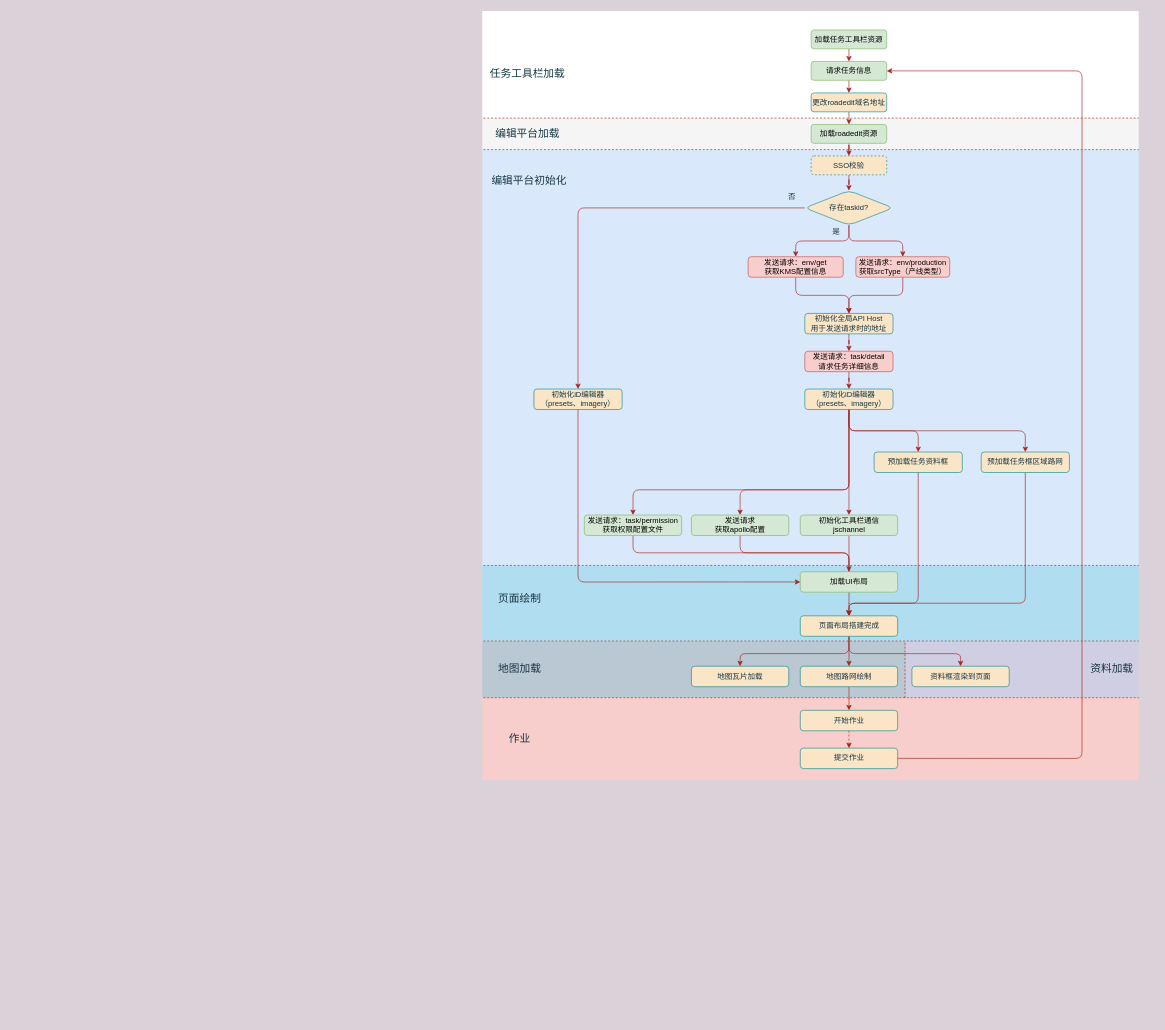
This is Untitled Diagram.drawio from lemoncolaz/snake, a draw.io file, before an edit. Source tidied: cells renumbered, new cells numbered last; positions are measured from the earlier drawing's top-left corner, leaving out a move shared by most shapes. Both pictures are drawn from the tidied source at 63%, with x=0, y=0 at pixel (477, 11).
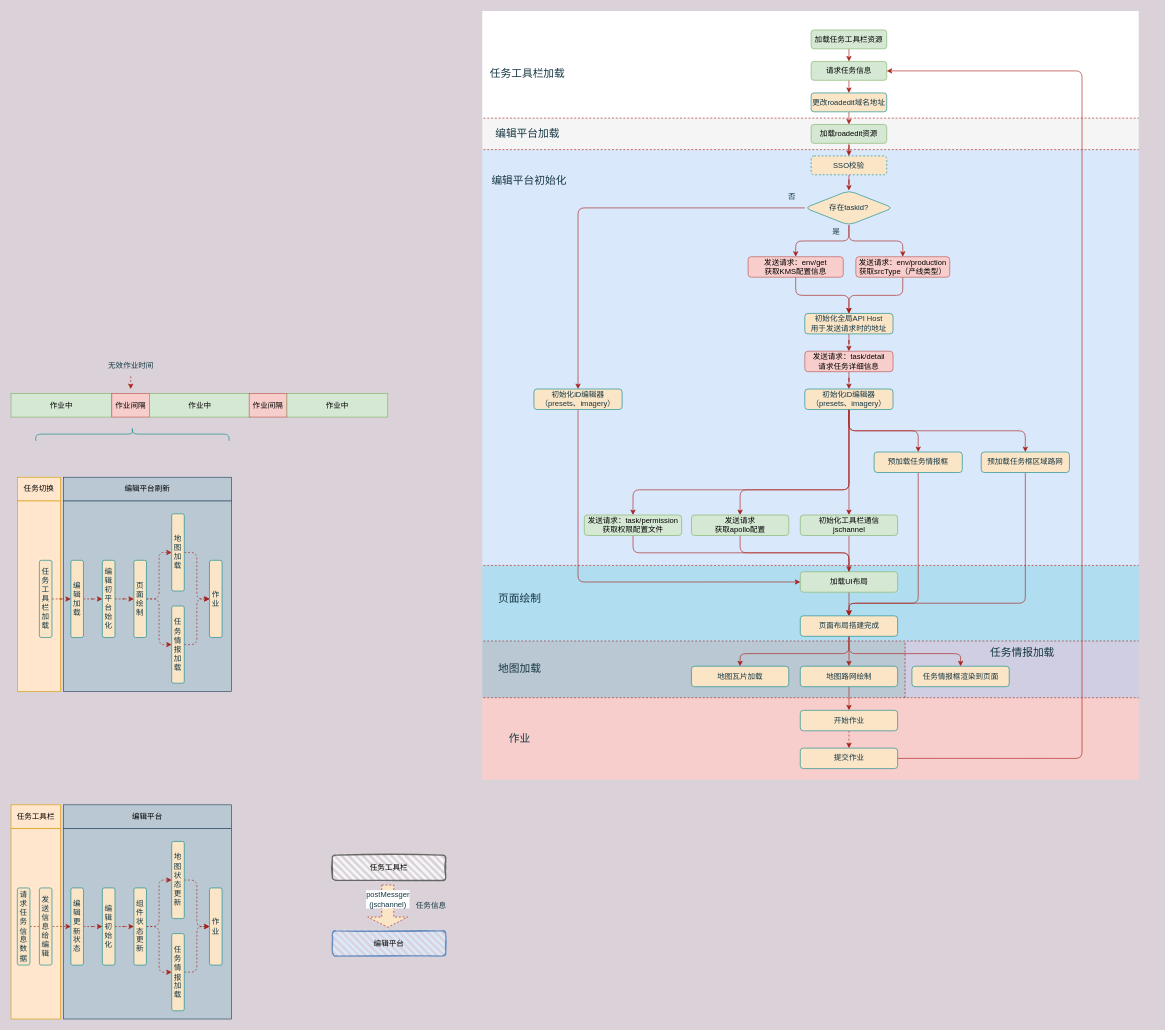
The same page after the edit.

Diff of the diagram source:
```diff
@@
+    <mxCell id="78" style="rounded=0;whiteSpace=wrap;html=1;shadow=0;glass=0;sketch=0;fontSize=12;strokeColor=#23445d;fillColor=#bac8d3;align=center;" parent="1" vertex="1">
+      <mxGeometry x="-657" y="777.5" width="267" height="302.5" as="geometry" />
+    </mxCell>
+    <mxCell id="79" style="rounded=0;whiteSpace=wrap;html=1;shadow=0;glass=0;sketch=0;fontSize=12;strokeColor=#d79b00;fillColor=#ffe6cc;align=center;" parent="1" vertex="1">
+      <mxGeometry x="-730" y="777.5" width="68.6" height="302.5" as="geometry" />
+    </mxCell>
@@
-    <mxCell id="32" value="预加载任务资料框" style="whiteSpace=wrap;html=1;rounded=1;shadow=0;fontColor=#143642;strokeColor=#0F8B8D;strokeWidth=1;fillColor=#FAE5C7;glass=0;" parent="1" vertex="1">
+    <mxCell id="32" value="预加载任务情报框" style="whiteSpace=wrap;html=1;rounded=1;shadow=0;fontColor=#143642;strokeColor=#0F8B8D;strokeWidth=1;fillColor=#FAE5C7;glass=0;" parent="1" vertex="1">
       <mxGeometry x="630" y="700" width="140" height="32.5" as="geometry" />
     </mxCell>
@@
-    <mxCell id="69" value="资料框渲染到页面" style="whiteSpace=wrap;html=1;rounded=1;shadow=0;fontColor=#143642;strokeColor=#0F8B8D;strokeWidth=1;fillColor=#FAE5C7;glass=0;" parent="1" vertex="1">
+    <mxCell id="69" value="任务情报框渲染到页面" style="whiteSpace=wrap;html=1;rounded=1;shadow=0;fontColor=#143642;strokeColor=#0F8B8D;strokeWidth=1;fillColor=#FAE5C7;glass=0;" parent="1" vertex="1">
       <mxGeometry x="690" y="1040" width="154.5" height="32.5" as="geometry" />
     </mxCell>
@@
-    <mxCell id="76" value="资料加载" style="text;html=1;strokeColor=none;fillColor=none;align=center;verticalAlign=middle;whiteSpace=wrap;rounded=0;sketch=0;fontColor=#143642;fontSize=17;" parent="1" vertex="1">
-      <mxGeometry x="940" y="1035" width="135" height="20" as="geometry" />
+    <mxCell id="76" value="任务情报加载" style="text;html=1;strokeColor=none;fillColor=none;align=center;verticalAlign=middle;whiteSpace=wrap;rounded=0;sketch=0;fontColor=#143642;fontSize=17;" parent="1" vertex="1">
+      <mxGeometry x="797.5" y="1010" width="135" height="20" as="geometry" />
     </mxCell>
@@
+    <mxCell id="80" style="edgeStyle=orthogonalEdgeStyle;curved=0;rounded=1;sketch=0;jettySize=auto;html=1;dashed=1;fontSize=12;fontColor=#143642;strokeColor=#A8201A;fillColor=#FAE5C7;" parent="1" edge="1" source="81" target="83">
+      <mxGeometry relative="1" as="geometry" />
+    </mxCell>
+    <mxCell id="81" value="任务工具栏加载" style="rounded=1;shadow=0;fontColor=#143642;strokeColor=#0F8B8D;strokeWidth=1;fillColor=#FAE5C7;glass=0;verticalAlign=middle;horizontal=1;align=center;sketch=0;textDirection=rtl;labelPosition=center;verticalLabelPosition=middle;html=1;whiteSpace=wrap;fontSize=12;" parent="1" vertex="1">
+      <mxGeometry x="-695" y="871.9" width="20" height="122.5" as="geometry" />
+    </mxCell>
+    <mxCell id="82" style="edgeStyle=orthogonalEdgeStyle;curved=0;rounded=1;sketch=0;jettySize=auto;html=1;dashed=1;fontSize=12;fontColor=#143642;strokeColor=#A8201A;fillColor=#FAE5C7;" parent="1" edge="1" source="83" target="85">
+      <mxGeometry relative="1" as="geometry" />
+    </mxCell>
+    <mxCell id="83" value="编辑加载" style="rounded=1;shadow=0;fontColor=#143642;strokeColor=#0F8B8D;strokeWidth=1;fillColor=#FAE5C7;glass=0;verticalAlign=middle;horizontal=1;align=center;sketch=0;textDirection=rtl;labelPosition=center;verticalLabelPosition=middle;html=1;whiteSpace=wrap;fontSize=12;" parent="1" vertex="1">
+      <mxGeometry x="-645" y="871.9" width="20" height="122.5" as="geometry" />
+    </mxCell>
+    <mxCell id="84" style="edgeStyle=orthogonalEdgeStyle;curved=0;rounded=1;sketch=0;jettySize=auto;html=1;dashed=1;fontSize=12;fontColor=#143642;strokeColor=#A8201A;fillColor=#FAE5C7;" parent="1" edge="1" source="85" target="88">
+      <mxGeometry relative="1" as="geometry" />
+    </mxCell>
+    <mxCell id="85" value="编辑初平台始化" style="rounded=1;shadow=0;fontColor=#143642;strokeColor=#0F8B8D;strokeWidth=1;fillColor=#FAE5C7;glass=0;verticalAlign=middle;horizontal=1;align=center;sketch=0;textDirection=rtl;labelPosition=center;verticalLabelPosition=middle;html=1;whiteSpace=wrap;fontSize=12;" parent="1" vertex="1">
+      <mxGeometry x="-595" y="871.9" width="20" height="122.5" as="geometry" />
+    </mxCell>
+    <mxCell id="86" style="edgeStyle=orthogonalEdgeStyle;curved=0;rounded=1;sketch=0;jettySize=auto;html=1;dashed=1;fontSize=12;fontColor=#143642;strokeColor=#A8201A;fillColor=#FAE5C7;" parent="1" edge="1" source="88" target="90">
+      <mxGeometry relative="1" as="geometry" />
+    </mxCell>
+    <mxCell id="87" style="edgeStyle=orthogonalEdgeStyle;curved=0;rounded=1;sketch=0;jettySize=auto;html=1;exitX=1;exitY=0.5;exitDx=0;exitDy=0;dashed=1;fontSize=12;fontColor=#143642;strokeColor=#A8201A;fillColor=#FAE5C7;entryX=0;entryY=0.5;entryDx=0;entryDy=0;" parent="1" edge="1" source="88" target="92">
+      <mxGeometry relative="1" as="geometry" />
+    </mxCell>
+    <mxCell id="88" value="页面绘制" style="rounded=1;shadow=0;fontColor=#143642;strokeColor=#0F8B8D;strokeWidth=1;fillColor=#FAE5C7;glass=0;verticalAlign=middle;horizontal=1;align=center;sketch=0;textDirection=rtl;labelPosition=center;verticalLabelPosition=middle;html=1;whiteSpace=wrap;fontSize=12;" parent="1" vertex="1">
+      <mxGeometry x="-545" y="871.9" width="20" height="122.5" as="geometry" />
+    </mxCell>
+    <mxCell id="89" style="edgeStyle=orthogonalEdgeStyle;curved=0;rounded=1;sketch=0;jettySize=auto;html=1;dashed=1;fontSize=12;fontColor=#143642;strokeColor=#A8201A;fillColor=#FAE5C7;" parent="1" edge="1" source="90" target="93">
+      <mxGeometry relative="1" as="geometry" />
+    </mxCell>
+    <mxCell id="90" value="地图加载" style="rounded=1;shadow=0;fontColor=#143642;strokeColor=#0F8B8D;strokeWidth=1;fillColor=#FAE5C7;glass=0;verticalAlign=middle;horizontal=1;align=center;sketch=0;textDirection=rtl;labelPosition=center;verticalLabelPosition=middle;html=1;whiteSpace=wrap;fontSize=12;" parent="1" vertex="1">
+      <mxGeometry x="-485" y="798.1" width="20" height="122.5" as="geometry" />
+    </mxCell>
+    <mxCell id="91" style="edgeStyle=orthogonalEdgeStyle;curved=0;rounded=1;sketch=0;jettySize=auto;html=1;exitX=1;exitY=0.5;exitDx=0;exitDy=0;entryX=0;entryY=0.5;entryDx=0;entryDy=0;dashed=1;fontSize=12;fontColor=#143642;strokeColor=#A8201A;fillColor=#FAE5C7;" parent="1" edge="1" source="92" target="93">
+      <mxGeometry relative="1" as="geometry" />
+    </mxCell>
+    <mxCell id="92" value="任务情报加载" style="rounded=1;shadow=0;fontColor=#143642;strokeColor=#0F8B8D;strokeWidth=1;fillColor=#FAE5C7;glass=0;verticalAlign=middle;horizontal=1;align=center;sketch=0;textDirection=rtl;labelPosition=center;verticalLabelPosition=middle;html=1;whiteSpace=wrap;fontSize=12;" parent="1" vertex="1">
+      <mxGeometry x="-485" y="944.4" width="20" height="122.5" as="geometry" />
+    </mxCell>
+    <mxCell id="93" value="作业" style="rounded=1;shadow=0;fontColor=#143642;strokeColor=#0F8B8D;strokeWidth=1;fillColor=#FAE5C7;glass=0;verticalAlign=middle;horizontal=1;align=center;sketch=0;textDirection=rtl;labelPosition=center;verticalLabelPosition=middle;html=1;whiteSpace=wrap;fontSize=12;" parent="1" vertex="1">
+      <mxGeometry x="-425" y="871.9" width="20" height="122.5" as="geometry" />
+    </mxCell>
+    <mxCell id="94" value="作业中" style="rounded=0;whiteSpace=wrap;html=1;shadow=0;glass=0;sketch=0;fontSize=12;strokeColor=#82b366;fillColor=#d5e8d4;align=center;" parent="1" vertex="1">
+      <mxGeometry x="-740" y="607" width="160" height="37.5" as="geometry" />
+    </mxCell>
+    <mxCell id="95" value="作业间隔" style="rounded=0;whiteSpace=wrap;html=1;shadow=0;glass=0;sketch=0;fontSize=12;strokeColor=#b85450;fillColor=#f8cecc;align=center;" parent="1" vertex="1">
+      <mxGeometry x="-580" y="607" width="60" height="37.5" as="geometry" />
+    </mxCell>
+    <mxCell id="96" value="作业中" style="rounded=0;whiteSpace=wrap;html=1;shadow=0;glass=0;sketch=0;fontSize=12;strokeColor=#82b366;fillColor=#d5e8d4;align=center;" parent="1" vertex="1">
+      <mxGeometry x="-520" y="607" width="160" height="37.5" as="geometry" />
+    </mxCell>
+    <mxCell id="97" value="作业间隔" style="rounded=0;whiteSpace=wrap;html=1;shadow=0;glass=0;sketch=0;fontSize=12;strokeColor=#b85450;fillColor=#f8cecc;align=center;" parent="1" vertex="1">
+      <mxGeometry x="-362" y="607" width="60" height="37.5" as="geometry" />
+    </mxCell>
+    <mxCell id="98" value="作业中" style="rounded=0;whiteSpace=wrap;html=1;shadow=0;glass=0;sketch=0;fontSize=12;strokeColor=#82b366;fillColor=#d5e8d4;align=center;" parent="1" vertex="1">
+      <mxGeometry x="-302" y="607" width="160" height="37.5" as="geometry" />
+    </mxCell>
+    <mxCell id="99" style="shape=curlyBracket;whiteSpace=wrap;html=1;rounded=1;shadow=0;glass=0;sketch=0;fontSize=12;fontColor=#143642;strokeColor=#0F8B8D;fillColor=#FAE5C7;align=left;rotation=90;" parent="1" vertex="1">
+      <mxGeometry x="-558.1" y="518.1" width="21.5" height="306.9" as="geometry" />
+    </mxCell>
+    <mxCell id="100" value="任务切换" style="rounded=0;whiteSpace=wrap;html=1;shadow=0;glass=0;sketch=0;fontSize=12;strokeColor=#d79b00;fillColor=#ffe6cc;align=center;" parent="1" vertex="1">
+      <mxGeometry x="-730" y="740" width="68.6" height="37.5" as="geometry" />
+    </mxCell>
+    <mxCell id="101" value="编辑平台刷新" style="rounded=0;whiteSpace=wrap;html=1;shadow=0;glass=0;sketch=0;fontSize=12;strokeColor=#23445d;fillColor=#bac8d3;align=center;" parent="1" vertex="1">
+      <mxGeometry x="-657" y="740" width="267" height="37.5" as="geometry" />
+    </mxCell>
+    <mxCell id="102" value="无效作业时间" style="text;html=1;strokeColor=none;fillColor=none;align=center;verticalAlign=middle;whiteSpace=wrap;rounded=0;shadow=0;glass=0;sketch=0;fontSize=12;fontColor=#143642;" parent="1" vertex="1">
+      <mxGeometry x="-588.5" y="552.5" width="77" height="20" as="geometry" />
+    </mxCell>
+    <mxCell id="103" style="endArrow=classic;html=1;dashed=1;fontSize=12;fontColor=#143642;strokeColor=#A8201A;fillColor=#FAE5C7;" parent="1" edge="1">
+      <mxGeometry relative="1" as="geometry">
+        <mxPoint x="-550" y="580" as="sourcePoint" />
+        <mxPoint x="-550" y="600" as="targetPoint" />
+      </mxGeometry>
+    </mxCell>
+    <mxCell id="104" style="rounded=0;whiteSpace=wrap;html=1;shadow=0;glass=0;sketch=0;fontSize=12;strokeColor=#23445d;fillColor=#bac8d3;align=center;" parent="1" vertex="1">
+      <mxGeometry x="-657" y="1297.5" width="267" height="302.5" as="geometry" />
+    </mxCell>
+    <mxCell id="105" style="rounded=0;whiteSpace=wrap;html=1;shadow=0;glass=0;sketch=0;fontSize=12;strokeColor=#d79b00;fillColor=#ffe6cc;align=center;" parent="1" vertex="1">
+      <mxGeometry x="-740" y="1297.5" width="78.6" height="302.5" as="geometry" />
+    </mxCell>
+    <mxCell id="106" style="edgeStyle=orthogonalEdgeStyle;curved=0;rounded=1;sketch=0;jettySize=auto;html=1;dashed=1;fontSize=12;fontColor=#143642;strokeColor=#A8201A;fillColor=#FAE5C7;" parent="1" edge="1" source="107" target="109">
+      <mxGeometry relative="1" as="geometry" />
+    </mxCell>
+    <mxCell id="107" value="请求任务信息数据" style="rounded=1;shadow=0;fontColor=#143642;strokeColor=#0F8B8D;strokeWidth=1;fillColor=#FAE5C7;glass=0;verticalAlign=middle;horizontal=1;align=center;sketch=0;textDirection=rtl;labelPosition=center;verticalLabelPosition=middle;html=1;whiteSpace=wrap;fontSize=12;" parent="1" vertex="1">
+      <mxGeometry x="-730" y="1391.9" width="20" height="122.5" as="geometry" />
+    </mxCell>
+    <mxCell id="108" style="edgeStyle=orthogonalEdgeStyle;curved=0;rounded=1;sketch=0;jettySize=auto;html=1;dashed=1;fontSize=12;fontColor=#143642;strokeColor=#A8201A;fillColor=#FAE5C7;" parent="1" edge="1" source="109" target="111">
+      <mxGeometry relative="1" as="geometry" />
+    </mxCell>
+    <mxCell id="109" value="编辑更新状态" style="rounded=1;shadow=0;fontColor=#143642;strokeColor=#0F8B8D;strokeWidth=1;fillColor=#FAE5C7;glass=0;verticalAlign=middle;horizontal=1;align=center;sketch=0;textDirection=rtl;labelPosition=center;verticalLabelPosition=middle;html=1;whiteSpace=wrap;fontSize=12;" parent="1" vertex="1">
+      <mxGeometry x="-645" y="1391.9" width="20" height="122.5" as="geometry" />
+    </mxCell>
+    <mxCell id="110" style="edgeStyle=orthogonalEdgeStyle;curved=0;rounded=1;sketch=0;jettySize=auto;html=1;dashed=1;fontSize=12;fontColor=#143642;strokeColor=#A8201A;fillColor=#FAE5C7;" parent="1" edge="1" source="111" target="114">
+      <mxGeometry relative="1" as="geometry" />
+    </mxCell>
+    <mxCell id="111" value="编辑初始化" style="rounded=1;shadow=0;fontColor=#143642;strokeColor=#0F8B8D;strokeWidth=1;fillColor=#FAE5C7;glass=0;verticalAlign=middle;horizontal=1;align=center;sketch=0;textDirection=rtl;labelPosition=center;verticalLabelPosition=middle;html=1;whiteSpace=wrap;fontSize=12;" parent="1" vertex="1">
+      <mxGeometry x="-595" y="1391.9" width="20" height="122.5" as="geometry" />
+    </mxCell>
+    <mxCell id="112" style="edgeStyle=orthogonalEdgeStyle;curved=0;rounded=1;sketch=0;jettySize=auto;html=1;dashed=1;fontSize=12;fontColor=#143642;strokeColor=#A8201A;fillColor=#FAE5C7;" parent="1" edge="1" source="114" target="116">
+      <mxGeometry relative="1" as="geometry" />
+    </mxCell>
+    <mxCell id="113" style="edgeStyle=orthogonalEdgeStyle;curved=0;rounded=1;sketch=0;jettySize=auto;html=1;exitX=1;exitY=0.5;exitDx=0;exitDy=0;dashed=1;fontSize=12;fontColor=#143642;strokeColor=#A8201A;fillColor=#FAE5C7;entryX=0;entryY=0.5;entryDx=0;entryDy=0;" parent="1" edge="1" source="114" target="118">
+      <mxGeometry relative="1" as="geometry" />
+    </mxCell>
+    <mxCell id="114" value="组件状态更新" style="rounded=1;shadow=0;fontColor=#143642;strokeColor=#0F8B8D;strokeWidth=1;fillColor=#FAE5C7;glass=0;verticalAlign=middle;horizontal=1;align=center;sketch=0;textDirection=rtl;labelPosition=center;verticalLabelPosition=middle;html=1;whiteSpace=wrap;fontSize=12;" parent="1" vertex="1">
+      <mxGeometry x="-545" y="1391.9" width="20" height="122.5" as="geometry" />
+    </mxCell>
+    <mxCell id="115" style="edgeStyle=orthogonalEdgeStyle;curved=0;rounded=1;sketch=0;jettySize=auto;html=1;dashed=1;fontSize=12;fontColor=#143642;strokeColor=#A8201A;fillColor=#FAE5C7;" parent="1" edge="1" source="116" target="119">
+      <mxGeometry relative="1" as="geometry" />
+    </mxCell>
+    <mxCell id="116" value="地图状态更新" style="rounded=1;shadow=0;fontColor=#143642;strokeColor=#0F8B8D;strokeWidth=1;fillColor=#FAE5C7;glass=0;verticalAlign=middle;horizontal=1;align=center;sketch=0;textDirection=rtl;labelPosition=center;verticalLabelPosition=middle;html=1;whiteSpace=wrap;fontSize=12;" parent="1" vertex="1">
+      <mxGeometry x="-485" y="1318.1" width="20" height="122.5" as="geometry" />
+    </mxCell>
+    <mxCell id="117" style="edgeStyle=orthogonalEdgeStyle;curved=0;rounded=1;sketch=0;jettySize=auto;html=1;exitX=1;exitY=0.5;exitDx=0;exitDy=0;entryX=0;entryY=0.5;entryDx=0;entryDy=0;dashed=1;fontSize=12;fontColor=#143642;strokeColor=#A8201A;fillColor=#FAE5C7;" parent="1" edge="1" source="118" target="119">
+      <mxGeometry relative="1" as="geometry" />
+    </mxCell>
+    <mxCell id="118" value="任务情报加载" style="rounded=1;shadow=0;fontColor=#143642;strokeColor=#0F8B8D;strokeWidth=1;fillColor=#FAE5C7;glass=0;verticalAlign=middle;horizontal=1;align=center;sketch=0;textDirection=rtl;labelPosition=center;verticalLabelPosition=middle;html=1;whiteSpace=wrap;fontSize=12;" parent="1" vertex="1">
+      <mxGeometry x="-485" y="1464.4" width="20" height="122.5" as="geometry" />
+    </mxCell>
+    <mxCell id="119" value="作业" style="rounded=1;shadow=0;fontColor=#143642;strokeColor=#0F8B8D;strokeWidth=1;fillColor=#FAE5C7;glass=0;verticalAlign=middle;horizontal=1;align=center;sketch=0;textDirection=rtl;labelPosition=center;verticalLabelPosition=middle;html=1;whiteSpace=wrap;fontSize=12;" parent="1" vertex="1">
+      <mxGeometry x="-425" y="1391.9" width="20" height="122.5" as="geometry" />
+    </mxCell>
+    <mxCell id="120" value="任务工具栏" style="rounded=0;whiteSpace=wrap;html=1;shadow=0;glass=0;sketch=0;fontSize=12;strokeColor=#d79b00;fillColor=#ffe6cc;align=center;" parent="1" vertex="1">
+      <mxGeometry x="-740" y="1260" width="78.6" height="37.5" as="geometry" />
+    </mxCell>
+    <mxCell id="121" value="编辑平台" style="rounded=0;whiteSpace=wrap;html=1;shadow=0;glass=0;sketch=0;fontSize=12;strokeColor=#23445d;fillColor=#bac8d3;align=center;" parent="1" vertex="1">
+      <mxGeometry x="-657" y="1260" width="267" height="37.5" as="geometry" />
+    </mxCell>
+    <mxCell id="122" value="发送信息给编辑" style="rounded=1;shadow=0;fontColor=#143642;strokeColor=#0F8B8D;strokeWidth=1;fillColor=#FAE5C7;glass=0;verticalAlign=middle;horizontal=1;align=center;sketch=0;textDirection=rtl;labelPosition=center;verticalLabelPosition=middle;html=1;whiteSpace=wrap;fontSize=12;" parent="1" vertex="1">
+      <mxGeometry x="-695" y="1391.9" width="20" height="122.5" as="geometry" />
+    </mxCell>
+    <mxCell id="123" value="&lt;font color=&quot;#000000&quot;&gt;任务工具栏&lt;/font&gt;" style="rounded=1;whiteSpace=wrap;html=1;strokeWidth=2;fillWeight=4;hachureGap=8;hachureAngle=45;fillColor=#f5f5f5;sketch=1;shadow=0;glass=0;fontSize=12;align=center;strokeColor=#666666;fontColor=#333333;" parent="1" vertex="1">
+      <mxGeometry x="-230" y="1340" width="180" height="40" as="geometry" />
+    </mxCell>
+    <mxCell id="124" value="&lt;font color=&quot;#000000&quot;&gt;编辑平台&lt;/font&gt;" style="rounded=1;whiteSpace=wrap;html=1;strokeWidth=2;fillWeight=4;hachureGap=8;hachureAngle=45;sketch=1;shadow=0;glass=0;fontSize=12;align=center;fillColor=#dae8fc;strokeColor=#6c8ebf;" parent="1" vertex="1">
+      <mxGeometry x="-230" y="1460" width="180" height="40" as="geometry" />
+    </mxCell>
+    <mxCell id="125" style="shape=flexArrow;endArrow=classic;html=1;dashed=1;fontSize=12;fontColor=#143642;strokeColor=#A8201A;fillColor=#FAE5C7;width=19.166666666666668;endSize=5.091666666666667;endWidth=43.19444444444444;" parent="1" edge="1">
+      <mxGeometry relative="1" as="geometry">
+        <mxPoint x="-142" y="1386.9" as="sourcePoint" />
+        <mxPoint x="-142" y="1454.9" as="targetPoint" />
+      </mxGeometry>
+    </mxCell>
+    <mxCell id="126" value="postMessger&lt;br&gt;(jschannel)" style="edgeLabel;html=1;align=center;verticalAlign=middle;fontSize=12;fontColor=#143642;" parent="125" vertex="1">
+      <mxGeometry x="-0.31" y="-1" relative="1" as="geometry" />
+    </mxCell>
+    <mxCell id="127" value="任务信息" style="text;html=1;strokeColor=none;fillColor=none;align=center;verticalAlign=middle;whiteSpace=wrap;rounded=0;shadow=0;glass=0;sketch=0;fontSize=12;fontColor=#143642;" parent="1" vertex="1">
+      <mxGeometry x="-103" y="1410" width="60" height="20" as="geometry" />
+    </mxCell>
```
